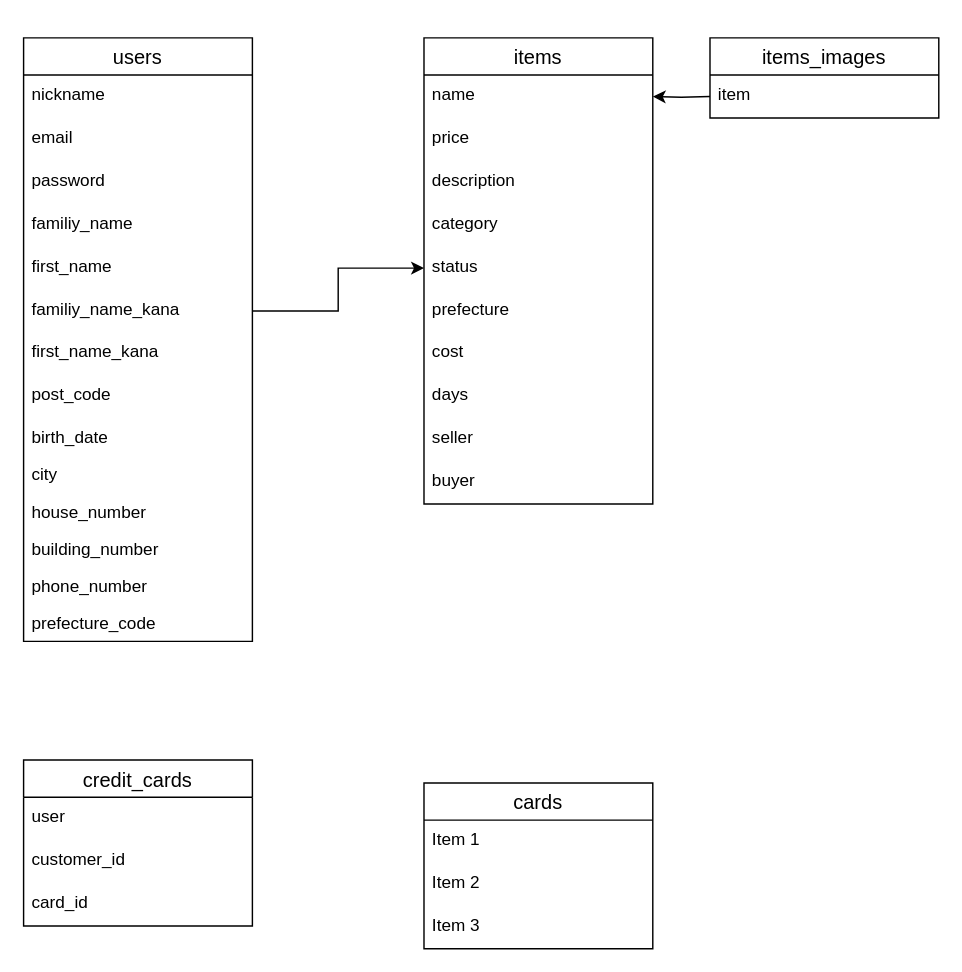
This is furima.dio from aki1239/furima-35563, a draw.io file, before an edit. Source tidied: cells renumbered, new cells numbered last; positions are measured from the earlier drawing's top-left corner, leaving out a move shared by most shapes. Both pictures are drawn from the tidied source at 143%, with x=0, y=0 at pixel (23, 37).
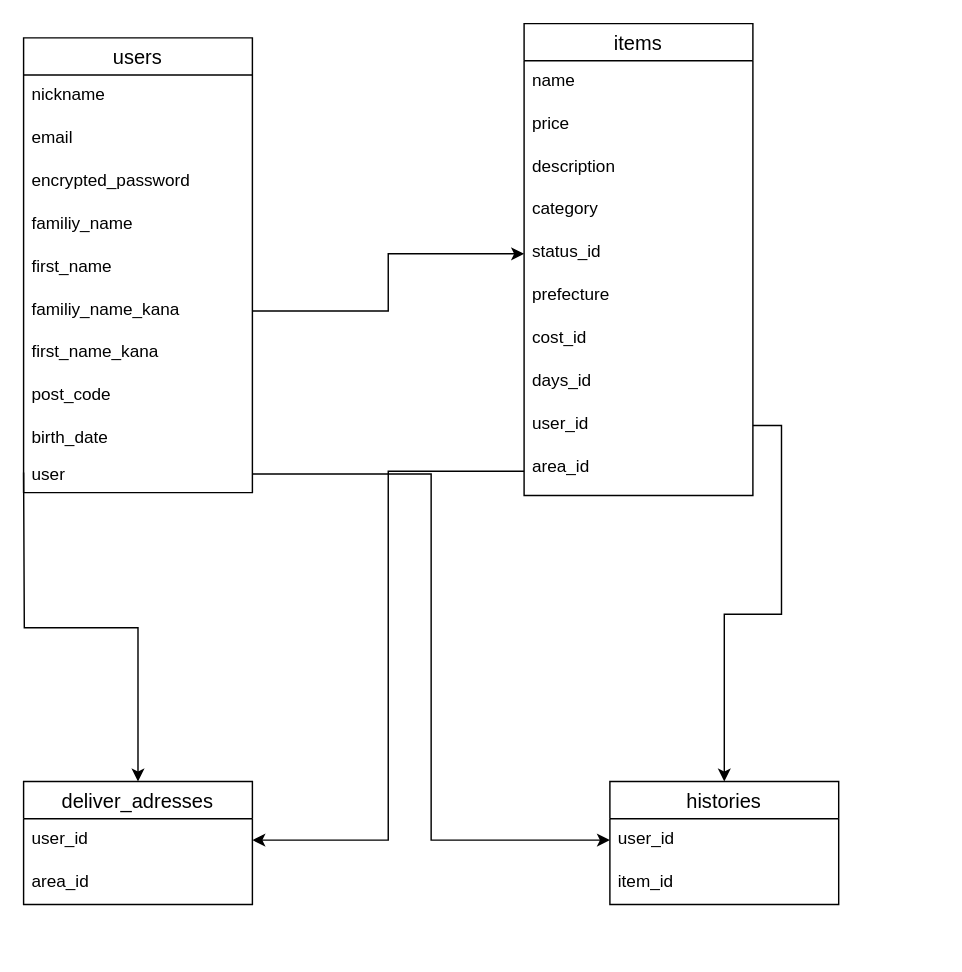
The same diagram, later.

Unchanged cells that the change refers to:
```xml
<mxCell id="18" value="name" style="text;strokeColor=none;fillColor=none;spacingLeft=4;spacingRight=4;overflow=hidden;points=[[0,0.5],[1,0.5]];portConstraint=eastwest;fontSize=12;" parent="17" vertex="1">
  <mxGeometry y="26" width="160" height="30" as="geometry" />
</mxCell>
```

What changed in the source:
```diff
@@
     <mxCell id="2" value="users" style="swimlane;fontStyle=0;horizontal=1;startSize=26;align=center;fontSize=14;" parent="1" vertex="1">
-      <mxGeometry width="160" height="422" as="geometry" />
+      <mxGeometry width="160" height="318" as="geometry" />
     </mxCell>
@@
-    <mxCell id="5" value="password" style="text;strokeColor=none;fillColor=none;spacingLeft=4;spacingRight=4;overflow=hidden;fontSize=12;" parent="2" vertex="1">
+    <mxCell id="5" value="encrypted_password" style="text;strokeColor=none;fillColor=none;spacingLeft=4;spacingRight=4;overflow=hidden;fontSize=12;" parent="2" vertex="1">
       <mxGeometry y="86" width="160" height="30" as="geometry" />
     </mxCell>
@@
-    <mxCell id="12" value="city" style="text;strokeColor=none;fillColor=none;spacingLeft=4;spacingRight=4;overflow=hidden;fontSize=12;" parent="2" vertex="1">
-      <mxGeometry y="292" width="160" height="26" as="geometry" />
-    </mxCell>
-    <mxCell id="13" value="house_number" style="text;strokeColor=none;fillColor=none;spacingLeft=4;spacingRight=4;overflow=hidden;fontSize=12;" parent="2" vertex="1">
-      <mxGeometry y="318" width="160" height="26" as="geometry" />
-    </mxCell>
-    <mxCell id="14" value="building_number" style="text;strokeColor=none;fillColor=none;spacingLeft=4;spacingRight=4;overflow=hidden;fontSize=12;" parent="2" vertex="1">
-      <mxGeometry y="344" width="160" height="26" as="geometry" />
-    </mxCell>
-    <mxCell id="15" value="phone_number" style="text;strokeColor=none;fillColor=none;spacingLeft=4;spacingRight=4;overflow=hidden;fontSize=12;" parent="2" vertex="1">
-      <mxGeometry y="370" width="160" height="26" as="geometry" />
-    </mxCell>
-    <mxCell id="16" value="prefecture_code" style="text;strokeColor=none;fillColor=none;spacingLeft=4;spacingRight=4;overflow=hidden;fontSize=12;" parent="2" vertex="1">
-      <mxGeometry y="396" width="160" height="26" as="geometry" />
-    </mxCell>
+    <mxCell id="40" value="user" style="text;strokeColor=none;fillColor=none;spacingLeft=4;spacingRight=4;overflow=hidden;points=[[0,0.5],[1,0.5]];portConstraint=eastwest;fontSize=12;" parent="2" vertex="1">
+      <mxGeometry y="292" width="160" height="26" as="geometry" />
+    </mxCell>
     <mxCell id="17" value="items" style="swimlane;fontStyle=0;horizontal=1;startSize=26;align=center;fontSize=14;" parent="1" vertex="1">
-      <mxGeometry x="280" width="160" height="326" as="geometry" />
+      <mxGeometry x="350" y="-10" width="160" height="330" as="geometry" />
     </mxCell>
@@
-    <mxCell id="22" value="status" style="text;strokeColor=none;fillColor=none;spacingLeft=4;spacingRight=4;overflow=hidden;points=[[0,0.5],[1,0.5]];portConstraint=eastwest;fontSize=12;" parent="17" vertex="1">
+    <mxCell id="22" value="status_id" style="text;strokeColor=none;fillColor=none;spacingLeft=4;spacingRight=4;overflow=hidden;points=[[0,0.5],[1,0.5]];portConstraint=eastwest;fontSize=12;" parent="17" vertex="1">
       <mxGeometry y="146" width="160" height="30" as="geometry" />
     </mxCell>
@@
-    <mxCell id="24" value="cost" style="text;strokeColor=none;fillColor=none;spacingLeft=4;spacingRight=4;overflow=hidden;fontSize=12;" parent="17" vertex="1">
+    <mxCell id="24" value="cost_id" style="text;strokeColor=none;fillColor=none;spacingLeft=4;spacingRight=4;overflow=hidden;fontSize=12;" parent="17" vertex="1">
       <mxGeometry y="206" width="160" height="30" as="geometry" />
     </mxCell>
-    <mxCell id="25" value="days" style="text;strokeColor=none;fillColor=none;spacingLeft=4;spacingRight=4;overflow=hidden;fontSize=12;" parent="17" vertex="1">
+    <mxCell id="25" value="days_id" style="text;strokeColor=none;fillColor=none;spacingLeft=4;spacingRight=4;overflow=hidden;fontSize=12;" parent="17" vertex="1">
       <mxGeometry y="236" width="160" height="30" as="geometry" />
     </mxCell>
-    <mxCell id="26" value="seller" style="text;strokeColor=none;fillColor=none;spacingLeft=4;spacingRight=4;overflow=hidden;points=[[0,0.5],[1,0.5]];portConstraint=eastwest;fontSize=12;" parent="17" vertex="1">
+    <mxCell id="26" value="user_id" style="text;strokeColor=none;fillColor=none;spacingLeft=4;spacingRight=4;overflow=hidden;points=[[0,0.5],[1,0.5]];portConstraint=eastwest;fontSize=12;" parent="17" vertex="1">
       <mxGeometry y="266" width="160" height="30" as="geometry" />
     </mxCell>
-    <mxCell id="27" value="buyer" style="text;strokeColor=none;fillColor=none;spacingLeft=4;spacingRight=4;overflow=hidden;points=[[0,0.5],[1,0.5]];portConstraint=eastwest;fontSize=12;" parent="17" vertex="1">
-      <mxGeometry y="296" width="160" height="30" as="geometry" />
+    <mxCell id="27" value="area_id" style="text;strokeColor=none;fillColor=none;spacingLeft=4;spacingRight=4;overflow=hidden;points=[[0,0.5],[1,0.5]];portConstraint=eastwest;fontSize=12;" parent="17" vertex="1">
+      <mxGeometry y="296" width="160" height="34" as="geometry" />
     </mxCell>
@@
-    <mxCell id="29" value="credit_cards" style="swimlane;fontStyle=0;horizontal=1;startSize=26;align=center;fontSize=14;" parent="1" vertex="1">
-      <mxGeometry y="505" width="160" height="116" as="geometry" />
+    <mxCell id="29" value="deliver_adresses" style="swimlane;fontStyle=0;horizontal=1;startSize=26;align=center;fontSize=14;" parent="1" vertex="1">
+      <mxGeometry y="520" width="160" height="86" as="geometry" />
     </mxCell>
-    <mxCell id="30" value="user" style="text;strokeColor=none;fillColor=none;spacingLeft=4;spacingRight=4;overflow=hidden;points=[[0,0.5],[1,0.5]];portConstraint=eastwest;fontSize=12;" parent="29" vertex="1">
+    <mxCell id="30" value="user_id" style="text;strokeColor=none;fillColor=none;spacingLeft=4;spacingRight=4;overflow=hidden;points=[[0,0.5],[1,0.5]];portConstraint=eastwest;fontSize=12;" parent="29" vertex="1">
       <mxGeometry y="26" width="160" height="30" as="geometry" />
     </mxCell>
-    <mxCell id="31" value="customer_id" style="text;strokeColor=none;fillColor=none;spacingLeft=4;spacingRight=4;overflow=hidden;fontSize=12;" parent="29" vertex="1">
-      <mxGeometry y="56" width="160" height="30" as="geometry" />
-    </mxCell>
-    <mxCell id="32" value="card_id" style="text;strokeColor=none;fillColor=none;spacingLeft=4;spacingRight=4;overflow=hidden;fontSize=12;" parent="29" vertex="1">
-      <mxGeometry y="86" width="160" height="30" as="geometry" />
+    <mxCell id="32" value="area_id" style="text;strokeColor=none;fillColor=none;spacingLeft=4;spacingRight=4;overflow=hidden;fontSize=12;" parent="29" vertex="1">
+      <mxGeometry y="56" width="160" height="30" as="geometry" />
     </mxCell>
-    <mxCell id="33" value="cards" style="swimlane;fontStyle=0;horizontal=1;startSize=26;align=center;fontSize=14;" parent="1" vertex="1">
-      <mxGeometry x="280" y="521" width="160" height="116" as="geometry" />
-    </mxCell>
-    <mxCell id="34" value="Item 1" style="text;strokeColor=none;fillColor=none;spacingLeft=4;spacingRight=4;overflow=hidden;fontSize=12;" parent="33" vertex="1">
-      <mxGeometry y="26" width="160" height="30" as="geometry" />
-    </mxCell>
-    <mxCell id="35" value="Item 2" style="text;strokeColor=none;fillColor=none;spacingLeft=4;spacingRight=4;overflow=hidden;fontSize=12;" parent="33" vertex="1">
-      <mxGeometry y="56" width="160" height="30" as="geometry" />
-    </mxCell>
-    <mxCell id="36" value="Item 3" style="text;strokeColor=none;fillColor=none;spacingLeft=4;spacingRight=4;overflow=hidden;fontSize=12;" parent="33" vertex="1">
-      <mxGeometry y="86" width="160" height="30" as="geometry" />
-    </mxCell>
-    <mxCell id="37" value="items_images" style="swimlane;fontStyle=0;horizontal=1;startSize=26;align=center;fontSize=14;" parent="1" vertex="1">
-      <mxGeometry x="480" width="160" height="56" as="geometry" />
-    </mxCell>
-    <mxCell id="38" value="item" style="text;strokeColor=none;fillColor=none;spacingLeft=4;spacingRight=4;overflow=hidden;fontSize=12;" parent="37" vertex="1">
-      <mxGeometry y="26" width="160" height="30" as="geometry" />
-    </mxCell>
-    <mxCell id="39" style="edgeStyle=orthogonalEdgeStyle;rounded=0;jettySize=auto;html=1;exitX=0;exitY=0.5;exitDx=0;exitDy=0;entryX=1;entryY=0.5;entryDx=0;entryDy=0;" parent="1" edge="1" target="18">
-      <mxGeometry relative="1" as="geometry">
-        <mxPoint x="480" y="41" as="sourcePoint" />
-      </mxGeometry>
-    </mxCell>
+    <mxCell id="41" style="edgeStyle=orthogonalEdgeStyle;rounded=0;jettySize=auto;html=1;entryX=0.5;entryY=0;entryDx=0;entryDy=0;" parent="1" edge="1" target="29">
+      <mxGeometry relative="1" as="geometry">
+        <mxPoint y="304" as="sourcePoint" />
+      </mxGeometry>
+    </mxCell>
+    <mxCell id="42" value="histories" style="swimlane;fontStyle=0;horizontal=1;startSize=26;align=center;fontSize=14;" parent="1" vertex="1">
+      <mxGeometry x="410" y="520" width="160" height="86" as="geometry" />
+    </mxCell>
+    <mxCell id="43" value="user_id" style="text;strokeColor=none;fillColor=none;spacingLeft=4;spacingRight=4;overflow=hidden;points=[[0,0.5],[1,0.5]];portConstraint=eastwest;fontSize=12;" parent="42" vertex="1">
+      <mxGeometry y="26" width="160" height="30" as="geometry" />
+    </mxCell>
+    <mxCell id="44" value="item_id" style="text;strokeColor=none;fillColor=none;spacingLeft=4;spacingRight=4;overflow=hidden;fontSize=12;" parent="42" vertex="1">
+      <mxGeometry y="56" width="160" height="30" as="geometry" />
+    </mxCell>
+    <mxCell id="45" style="edgeStyle=orthogonalEdgeStyle;rounded=0;jettySize=auto;html=1;" parent="1" edge="1" source="26" target="42">
+      <mxGeometry relative="1" as="geometry" />
+    </mxCell>
+    <mxCell id="46" style="edgeStyle=orthogonalEdgeStyle;rounded=0;jettySize=auto;html=1;entryX=0;entryY=0.5;entryDx=0;entryDy=0;" parent="1" edge="1" source="40" target="43">
+      <mxGeometry relative="1" as="geometry" />
+    </mxCell>
+    <mxCell id="47" style="edgeStyle=orthogonalEdgeStyle;rounded=0;jettySize=auto;html=1;entryX=1;entryY=0.5;entryDx=0;entryDy=0;" parent="1" edge="1" source="27" target="30">
+      <mxGeometry relative="1" as="geometry" />
+    </mxCell>
```
